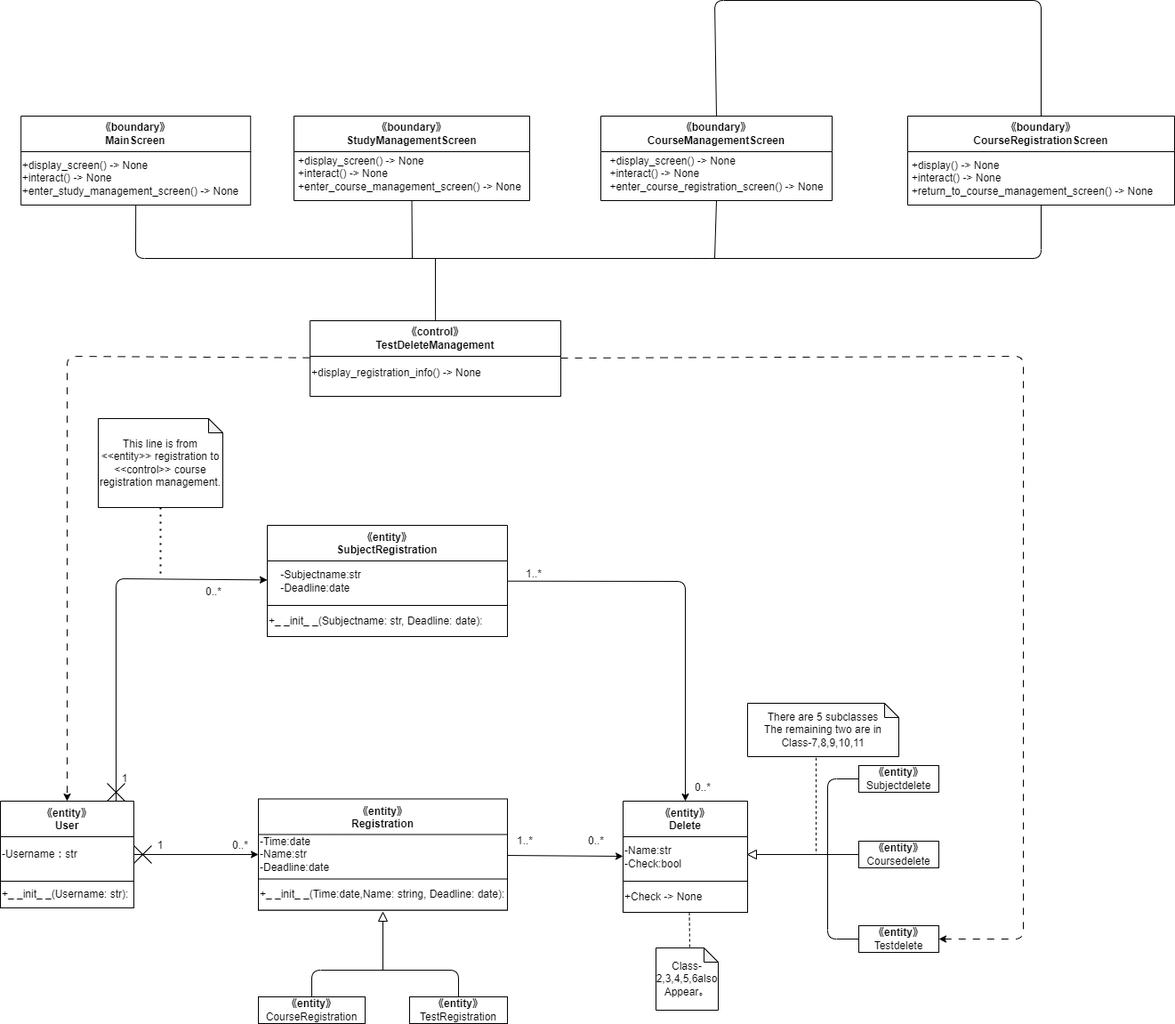
Hu-Hanxu/First-App-Self-Management- keeps this draw.io diagram as Design/設計Class6.drawio.png. Above is the earlier version. Source tidied: cells renumbered, new cells last; positions are measured from the earlier drawing's top-left corner, leaving out a move shared by most shapes. Source of this version:
```xml
<mxGraphModel>
  <root>
    <mxCell id="0" />
    <mxCell id="1" parent="0" />
    <mxCell id="2" value="《entity》&#10;SubjectRegistration" style="swimlane;startSize=40;" parent="1" vertex="1">
      <mxGeometry x="300" y="590" width="270" height="125" as="geometry" />
    </mxCell>
    <mxCell id="3" value="-Subjectname:str&lt;br&gt;&lt;div style=&quot;text-align: left;&quot;&gt;&lt;span style=&quot;background-color: initial;&quot;&gt;-Deadline:date&lt;/span&gt;&lt;/div&gt;" style="text;html=1;align=center;verticalAlign=middle;strokeColor=none;fillColor=none;" parent="2" vertex="1">
      <mxGeometry x="5" y="42.5" width="110" height="40" as="geometry" />
    </mxCell>
    <mxCell id="4" value="+_ _init_ _(Subjectname: str, Deadline: date):" style="rounded=0;whiteSpace=wrap;html=1;align=left;" parent="2" vertex="1">
      <mxGeometry y="90" width="270" height="35" as="geometry" />
    </mxCell>
    <mxCell id="5" value="《entity》&#10;User" style="swimlane;startSize=40;" parent="1" vertex="1">
      <mxGeometry y="900" width="150" height="120" as="geometry" />
    </mxCell>
    <mxCell id="6" value="-Username：str" style="text;html=1;align=left;verticalAlign=middle;strokeColor=none;fillColor=none;" parent="5" vertex="1">
      <mxGeometry y="45" width="110" height="30" as="geometry" />
    </mxCell>
    <mxCell id="7" value="+_ _init_ _(Username: str):" style="rounded=0;whiteSpace=wrap;html=1;align=left;" parent="5" vertex="1">
      <mxGeometry y="90" width="150" height="30" as="geometry" />
    </mxCell>
    <mxCell id="8" value="《entity》&#10;Delete" style="swimlane;startSize=40;" parent="1" vertex="1">
      <mxGeometry x="700" y="900" width="140" height="125" as="geometry" />
    </mxCell>
    <mxCell id="9" value="-Name:str&lt;br&gt;&lt;div style=&quot;&quot;&gt;&lt;span style=&quot;background-color: initial;&quot;&gt;-Check:bool&lt;/span&gt;&lt;/div&gt;" style="text;html=1;align=left;verticalAlign=middle;strokeColor=none;fillColor=none;" parent="8" vertex="1">
      <mxGeometry y="42.5" width="90" height="40" as="geometry" />
    </mxCell>
    <mxCell id="10" value="+Check -&amp;gt; None" style="rounded=0;whiteSpace=wrap;html=1;align=left;" parent="8" vertex="1">
      <mxGeometry y="90" width="140" height="35" as="geometry" />
    </mxCell>
    <mxCell id="11" value="《entity》&#10;Registration" style="swimlane;startSize=40;" parent="1" vertex="1">
      <mxGeometry x="290" y="897.5" width="280" height="125" as="geometry" />
    </mxCell>
    <mxCell id="12" value="&lt;div style=&quot;&quot;&gt;&lt;span style=&quot;background-color: initial;&quot;&gt;-Time:date&lt;/span&gt;&lt;/div&gt;&lt;div style=&quot;&quot;&gt;&lt;span style=&quot;background-color: initial;&quot;&gt;-Name:str&lt;/span&gt;&lt;/div&gt;&lt;div style=&quot;&quot;&gt;&lt;span style=&quot;background-color: initial;&quot;&gt;-Deadline:date&lt;/span&gt;&lt;/div&gt;" style="text;html=1;align=left;verticalAlign=middle;strokeColor=none;fillColor=none;" parent="11" vertex="1">
      <mxGeometry y="32.5" width="100" height="60" as="geometry" />
    </mxCell>
    <mxCell id="13" value="+_ _init_ _(Time:date,Name: string, Deadline: date):" style="rounded=0;whiteSpace=wrap;html=1;align=left;" parent="11" vertex="1">
      <mxGeometry y="90" width="280" height="35" as="geometry" />
    </mxCell>
    <mxCell id="14" value="&lt;span style=&quot;font-weight: 700;&quot;&gt;《entity》&lt;/span&gt;&lt;br&gt;Subjectdelete" style="rounded=0;whiteSpace=wrap;html=1;" parent="1" vertex="1">
      <mxGeometry x="965" y="860" width="90" height="30" as="geometry" />
    </mxCell>
    <mxCell id="15" value="&lt;span style=&quot;font-weight: 700;&quot;&gt;《entity》&lt;/span&gt;&lt;br&gt;Coursedelete" style="rounded=0;whiteSpace=wrap;html=1;" parent="1" vertex="1">
      <mxGeometry x="965" y="945" width="90" height="30" as="geometry" />
    </mxCell>
    <mxCell id="16" value="&lt;span style=&quot;font-weight: 700;&quot;&gt;《entity》&lt;/span&gt;&lt;br&gt;Testdelete" style="rounded=0;whiteSpace=wrap;html=1;" parent="1" vertex="1">
      <mxGeometry x="965" y="1040" width="90" height="30" as="geometry" />
    </mxCell>
    <mxCell id="17" style="endArrow=none;html=1;entryX=0;entryY=0.5;entryDx=0;entryDy=0;exitX=0;exitY=0.5;exitDx=0;exitDy=0;" parent="1" edge="1" source="16" target="14">
      <mxGeometry relative="1" as="geometry">
        <Array as="points">
          <mxPoint x="930" y="1055" />
          <mxPoint x="930" y="875" />
        </Array>
      </mxGeometry>
    </mxCell>
    <mxCell id="18" style="endArrow=none;html=1;entryX=0;entryY=0.5;entryDx=0;entryDy=0;exitX=0;exitY=0.5;exitDx=0;exitDy=0;" parent="1" edge="1" source="19" target="15">
      <mxGeometry relative="1" as="geometry" />
    </mxCell>
    <mxCell id="19" style="triangle;whiteSpace=wrap;html=1;direction=west;" parent="1" vertex="1">
      <mxGeometry x="840" y="955" width="10" height="10" as="geometry" />
    </mxCell>
    <mxCell id="20" style="endArrow=none;dashed=1;html=1;exitX=0.453;exitY=1.022;exitDx=0;exitDy=0;exitPerimeter=0;" parent="1" edge="1" source="21">
      <mxGeometry relative="1" as="geometry">
        <mxPoint x="917" y="960" as="targetPoint" />
      </mxGeometry>
    </mxCell>
    <mxCell id="21" value="&lt;div&gt;There are 5 subclasses&lt;/div&gt;&lt;div&gt;The remaining two are in Class-7,8,9,10,11&lt;/div&gt;" style="shape=note;whiteSpace=wrap;html=1;backgroundOutline=1;darkOpacity=0.05;size=16;" parent="1" vertex="1">
      <mxGeometry x="840" y="790" width="170" height="60" as="geometry" />
    </mxCell>
    <mxCell id="22" value="&lt;span style=&quot;font-weight: 700;&quot;&gt;《entity》&lt;/span&gt;&lt;br&gt;CourseRegistration" style="rounded=0;whiteSpace=wrap;html=1;" parent="1" vertex="1">
      <mxGeometry x="290" y="1120" width="120" height="30" as="geometry" />
    </mxCell>
    <mxCell id="23" value="&lt;span style=&quot;font-weight: 700;&quot;&gt;《entity》&lt;/span&gt;&lt;br&gt;TestRegistration" style="rounded=0;whiteSpace=wrap;html=1;" parent="1" vertex="1">
      <mxGeometry x="460" y="1120" width="110" height="30" as="geometry" />
    </mxCell>
    <mxCell id="24" style="endArrow=none;html=1;exitX=0.5;exitY=0;exitDx=0;exitDy=0;entryX=0.5;entryY=0;entryDx=0;entryDy=0;" parent="1" edge="1" source="22" target="23">
      <mxGeometry relative="1" as="geometry">
        <Array as="points">
          <mxPoint x="350" y="1090" />
          <mxPoint x="515" y="1090" />
        </Array>
      </mxGeometry>
    </mxCell>
    <mxCell id="25" style="endArrow=none;html=1;" parent="1" edge="1" target="26">
      <mxGeometry relative="1" as="geometry">
        <mxPoint x="430" y="1090" as="sourcePoint" />
      </mxGeometry>
    </mxCell>
    <mxCell id="26" style="triangle;whiteSpace=wrap;html=1;direction=north;" parent="1" vertex="1">
      <mxGeometry x="425" y="1025" width="10" height="10" as="geometry" />
    </mxCell>
    <mxCell id="27" style="endArrow=none;dashed=1;html=1;exitX=0.5;exitY=1;exitDx=0;exitDy=0;" parent="1" edge="1">
      <mxGeometry relative="1" as="geometry">
        <mxPoint x="774.5" y="1025" as="sourcePoint" />
        <mxPoint x="775" y="1065" as="targetPoint" />
      </mxGeometry>
    </mxCell>
    <mxCell id="28" value="&lt;div&gt;Class-2,3,4,5,6also&lt;/div&gt;&lt;span style=&quot;background-color: initial;&quot;&gt;Appear&lt;/span&gt;。" style="shape=note;whiteSpace=wrap;html=1;backgroundOutline=1;darkOpacity=0.05;size=16;" parent="1" vertex="1">
      <mxGeometry x="737" y="1065" width="70" height="70" as="geometry" />
    </mxCell>
    <mxCell id="29" value="1" style="text;html=1;strokeColor=none;fillColor=none;align=center;verticalAlign=middle;whiteSpace=wrap;rounded=0;" parent="1" vertex="1">
      <mxGeometry x="150" y="935" width="60" height="30" as="geometry" />
    </mxCell>
    <mxCell id="30" value="0..*" style="text;html=1;strokeColor=none;fillColor=none;align=center;verticalAlign=middle;whiteSpace=wrap;rounded=0;" parent="1" vertex="1">
      <mxGeometry x="240" y="935" width="60" height="30" as="geometry" />
    </mxCell>
    <mxCell id="31" value="1..*" style="text;html=1;strokeColor=none;fillColor=none;align=center;verticalAlign=middle;whiteSpace=wrap;rounded=0;" parent="1" vertex="1">
      <mxGeometry x="560" y="930" width="60" height="30" as="geometry" />
    </mxCell>
    <mxCell id="32" value="0..*" style="text;html=1;strokeColor=none;fillColor=none;align=center;verticalAlign=middle;whiteSpace=wrap;rounded=0;" parent="1" vertex="1">
      <mxGeometry x="640" y="930" width="60" height="30" as="geometry" />
    </mxCell>
    <mxCell id="33" value="1..*" style="text;html=1;strokeColor=none;fillColor=none;align=center;verticalAlign=middle;whiteSpace=wrap;rounded=0;" parent="1" vertex="1">
      <mxGeometry x="570" y="630" width="60" height="30" as="geometry" />
    </mxCell>
    <mxCell id="34" value="0..*" style="text;html=1;strokeColor=none;fillColor=none;align=center;verticalAlign=middle;whiteSpace=wrap;rounded=0;" parent="1" vertex="1">
      <mxGeometry x="760" y="870" width="60" height="30" as="geometry" />
    </mxCell>
    <mxCell id="35" value="&lt;span style=&quot;&quot;&gt;《control》&lt;br&gt;TestDeleteManagement&lt;br&gt;&lt;/span&gt;" style="swimlane;whiteSpace=wrap;html=1;startSize=40;" parent="1" vertex="1">
      <mxGeometry x="348.1" y="360" width="281.9" height="85" as="geometry" />
    </mxCell>
    <mxCell id="36" value="+display_registration_info() -&amp;gt; None" style="text;whiteSpace=wrap;html=1;" parent="35" vertex="1">
      <mxGeometry y="45" width="290" height="40" as="geometry" />
    </mxCell>
    <mxCell id="37" style="endArrow=none;dashed=1;html=1;dashPattern=1 3;strokeWidth=2;exitX=0.5;exitY=1;exitDx=0;exitDy=0;exitPerimeter=0;" parent="1" edge="1" source="38">
      <mxGeometry relative="1" as="geometry">
        <mxPoint x="180" y="650" as="targetPoint" />
      </mxGeometry>
    </mxCell>
    <mxCell id="38" value="This line is from &amp;lt;&amp;lt;entity&amp;gt;&amp;gt; registration to &amp;lt;&amp;lt;control&amp;gt;&amp;gt; course registration management." style="shape=note;whiteSpace=wrap;html=1;backgroundOutline=1;darkOpacity=0.05;size=16;" parent="1" vertex="1">
      <mxGeometry x="110" y="470" width="140" height="100" as="geometry" />
    </mxCell>
    <mxCell id="39" value="《boundary》&lt;br&gt;MainScreen" style="swimlane;whiteSpace=wrap;html=1;startSize=40;" parent="1" vertex="1">
      <mxGeometry x="23.1" y="130" width="258.1" height="100" as="geometry" />
    </mxCell>
    <mxCell id="40" value="&lt;div style=&quot;text-align: left;&quot;&gt;+display_screen() -&amp;gt; None&amp;nbsp;&lt;/div&gt;&lt;div style=&quot;text-align: left;&quot;&gt;+interact() -&amp;gt; None&lt;/div&gt;&lt;div style=&quot;text-align: left;&quot;&gt;+enter_study_management_screen() -&amp;gt; None&lt;br&gt;&lt;/div&gt;" style="text;html=1;align=center;verticalAlign=middle;strokeColor=none;fillColor=none;" parent="39" vertex="1">
      <mxGeometry x="-11.9" y="40" width="270" height="60" as="geometry" />
    </mxCell>
    <mxCell id="41" value="《boundary》&lt;br&gt;StudyManagementScreen" style="swimlane;whiteSpace=wrap;html=1;startSize=40;" parent="1" vertex="1">
      <mxGeometry x="330" y="130" width="265" height="95" as="geometry" />
    </mxCell>
    <mxCell id="42" value="&lt;div style=&quot;text-align: left;&quot;&gt;+display_screen() -&amp;gt; None&amp;nbsp;&lt;/div&gt;&lt;div style=&quot;text-align: left;&quot;&gt;+interact() -&amp;gt; None&lt;/div&gt;&lt;div style=&quot;text-align: left;&quot;&gt;+enter_course_management_screen() -&amp;gt; None&lt;br&gt;&lt;/div&gt;" style="text;html=1;align=center;verticalAlign=middle;strokeColor=none;fillColor=none;" parent="41" vertex="1">
      <mxGeometry x="-5" y="35" width="270" height="60" as="geometry" />
    </mxCell>
    <mxCell id="43" value="《boundary》&lt;br&gt;CourseManagementScreen" style="swimlane;whiteSpace=wrap;html=1;startSize=40;" parent="1" vertex="1">
      <mxGeometry x="675" y="130" width="260" height="95" as="geometry" />
    </mxCell>
    <mxCell id="44" value="&lt;div style=&quot;text-align: left;&quot;&gt;+display_screen() -&amp;gt; None&amp;nbsp;&lt;/div&gt;&lt;div style=&quot;text-align: left;&quot;&gt;+interact() -&amp;gt; None&lt;/div&gt;&lt;div style=&quot;text-align: left;&quot;&gt;+enter_course_registration_screen() -&amp;gt; None&lt;br&gt;&lt;/div&gt;" style="text;html=1;align=center;verticalAlign=middle;strokeColor=none;fillColor=none;" parent="43" vertex="1">
      <mxGeometry y="35" width="260" height="60" as="geometry" />
    </mxCell>
    <mxCell id="45" value="《boundary》&lt;br&gt;CourseRegistrationScreen" style="swimlane;whiteSpace=wrap;html=1;startSize=40;" parent="1" vertex="1">
      <mxGeometry x="1020" y="130" width="300" height="100" as="geometry" />
    </mxCell>
    <mxCell id="46" value="&lt;div style=&quot;text-align: left;&quot;&gt;&lt;span style=&quot;background-color: initial;&quot;&gt;+display() -&amp;gt; None&lt;/span&gt;&lt;/div&gt;&lt;div style=&quot;text-align: left;&quot;&gt;&lt;span style=&quot;background-color: initial;&quot;&gt;+interact() -&amp;gt; None&lt;/span&gt;&lt;/div&gt;&lt;div style=&quot;text-align: left;&quot;&gt;&lt;span style=&quot;background-color: initial;&quot;&gt;+return_to_course_management_screen() -&amp;gt; None&lt;/span&gt;&lt;/div&gt;" style="text;html=1;align=center;verticalAlign=middle;strokeColor=none;fillColor=none;" parent="45" vertex="1">
      <mxGeometry x="-10" y="40" width="300" height="60" as="geometry" />
    </mxCell>
    <mxCell id="47" style="endArrow=none;html=1;exitX=0.5;exitY=1;exitDx=0;exitDy=0;entryX=0.5;entryY=1;entryDx=0;entryDy=0;" parent="1" edge="1" source="39" target="45">
      <mxGeometry relative="1" as="geometry">
        <Array as="points">
          <mxPoint x="152" y="290" />
          <mxPoint x="788.4" y="290" />
          <mxPoint x="1170" y="290" />
        </Array>
      </mxGeometry>
    </mxCell>
    <mxCell id="48" style="endArrow=none;html=1;entryX=0.5;entryY=1;entryDx=0;entryDy=0;" parent="1" edge="1" target="43">
      <mxGeometry relative="1" as="geometry">
        <mxPoint x="803" y="290" as="sourcePoint" />
      </mxGeometry>
    </mxCell>
    <mxCell id="49" style="endArrow=none;html=1;entryX=0.5;entryY=1;entryDx=0;entryDy=0;" parent="1" edge="1" target="41">
      <mxGeometry relative="1" as="geometry">
        <mxPoint x="463" y="290" as="sourcePoint" />
      </mxGeometry>
    </mxCell>
    <mxCell id="50" style="endArrow=none;html=1;entryX=0.5;entryY=0;entryDx=0;entryDy=0;exitX=0.5;exitY=0;exitDx=0;exitDy=0;" parent="1" edge="1" source="43" target="45">
      <mxGeometry relative="1" as="geometry">
        <Array as="points">
          <mxPoint x="803" />
          <mxPoint x="1170" />
        </Array>
      </mxGeometry>
    </mxCell>
    <mxCell id="51" style="endArrow=none;html=1;exitX=0.5;exitY=0;exitDx=0;exitDy=0;" parent="1" edge="1" source="35">
      <mxGeometry relative="1" as="geometry">
        <mxPoint x="489" y="290" as="targetPoint" />
      </mxGeometry>
    </mxCell>
    <mxCell id="52" style="group;" parent="1" vertex="1">
      <mxGeometry x="150" y="950" width="20" height="20" as="geometry" />
    </mxCell>
    <mxCell id="53" style="endArrow=none;html=1;" parent="52" edge="1">
      <mxGeometry relative="1" as="geometry">
        <mxPoint as="sourcePoint" />
        <mxPoint x="20" y="20" as="targetPoint" />
      </mxGeometry>
    </mxCell>
    <mxCell id="54" style="endArrow=none;html=1;" parent="52" edge="1">
      <mxGeometry relative="1" as="geometry">
        <mxPoint y="20" as="sourcePoint" />
        <mxPoint x="20" as="targetPoint" />
      </mxGeometry>
    </mxCell>
    <mxCell id="55" style="endArrow=classic;html=1;" parent="1" edge="1" source="5" target="11">
      <mxGeometry relative="1" as="geometry" />
    </mxCell>
    <mxCell id="56" style="endArrow=classic;html=1;exitX=0.867;exitY=0;exitDx=0;exitDy=0;exitPerimeter=0;" parent="1" edge="1" source="5" target="2">
      <mxGeometry relative="1" as="geometry">
        <Array as="points">
          <mxPoint x="130" y="650" />
        </Array>
      </mxGeometry>
    </mxCell>
    <mxCell id="57" value="1" style="text;html=1;strokeColor=none;fillColor=none;align=center;verticalAlign=middle;whiteSpace=wrap;rounded=0;" parent="1" vertex="1">
      <mxGeometry x="110" y="860" width="60" height="30" as="geometry" />
    </mxCell>
    <mxCell id="58" value="0..*" style="text;html=1;strokeColor=none;fillColor=none;align=center;verticalAlign=middle;whiteSpace=wrap;rounded=0;" parent="1" vertex="1">
      <mxGeometry x="210" y="650" width="60" height="30" as="geometry" />
    </mxCell>
    <mxCell id="59" style="endArrow=classic;html=1;" parent="1" edge="1" source="11" target="8">
      <mxGeometry relative="1" as="geometry" />
    </mxCell>
    <mxCell id="60" style="endArrow=classic;html=1;" parent="1" edge="1" source="2" target="8">
      <mxGeometry relative="1" as="geometry">
        <Array as="points">
          <mxPoint x="770" y="653" />
        </Array>
      </mxGeometry>
    </mxCell>
    <mxCell id="61" style="endArrow=classic;html=1;dashed=1;dashPattern=8 8;" parent="1" edge="1" source="35" target="5">
      <mxGeometry relative="1" as="geometry">
        <Array as="points">
          <mxPoint x="75" y="400" />
        </Array>
      </mxGeometry>
    </mxCell>
    <mxCell id="62" style="group;" parent="1" vertex="1">
      <mxGeometry x="120" y="880" width="20" height="20" as="geometry" />
    </mxCell>
    <mxCell id="63" style="endArrow=none;html=1;" parent="62" edge="1">
      <mxGeometry relative="1" as="geometry">
        <mxPoint as="sourcePoint" />
        <mxPoint x="20" y="20" as="targetPoint" />
      </mxGeometry>
    </mxCell>
    <mxCell id="64" style="endArrow=none;html=1;" parent="62" edge="1">
      <mxGeometry relative="1" as="geometry">
        <mxPoint y="20" as="sourcePoint" />
        <mxPoint x="20" as="targetPoint" />
      </mxGeometry>
    </mxCell>
    <mxCell id="65" style="endArrow=classic;html=1;dashed=1;dashPattern=8 8;" parent="1" edge="1" source="35" target="16">
      <mxGeometry relative="1" as="geometry">
        <Array as="points">
          <mxPoint x="1150" y="400" />
          <mxPoint x="1150" y="1055" />
        </Array>
      </mxGeometry>
    </mxCell>
  </root>
</mxGraphModel>
```
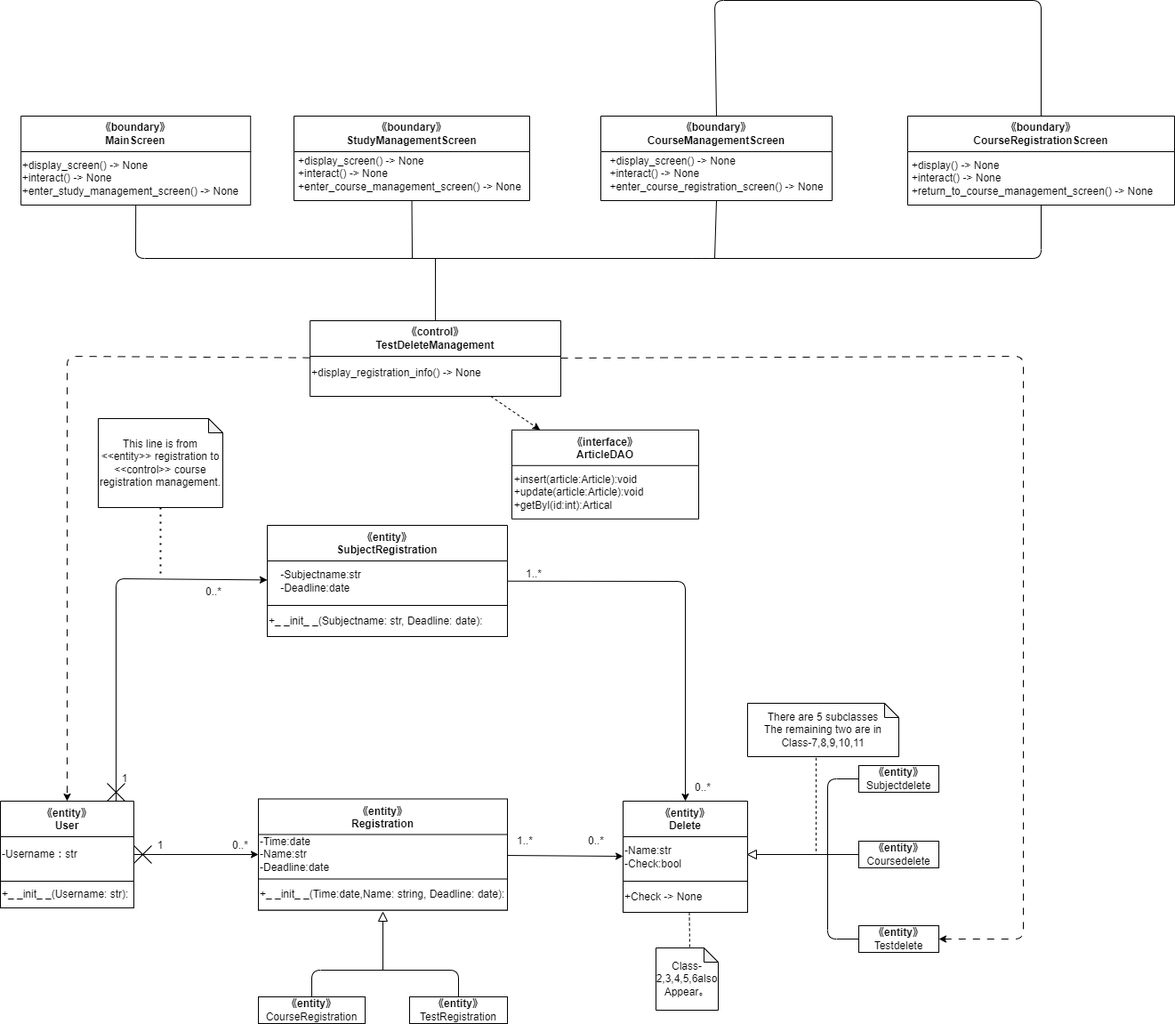
The same diagram one commit later.

The edit, as a diff of the source:
```diff
@@ -259,5 +259,14 @@
         </Array>
       </mxGeometry>
     </mxCell>
+    <mxCell id="66" style="edgeStyle=none;html=1;dashed=1;" parent="1" edge="1" source="35" target="67">
+      <mxGeometry relative="1" as="geometry" />
+    </mxCell>
+    <mxCell id="67" value="《interface》&#10;ArticleDAO" style="swimlane;startSize=40;" parent="1" vertex="1">
+      <mxGeometry x="575" y="482.8" width="210" height="100" as="geometry" />
+    </mxCell>
+    <mxCell id="68" value="&lt;div style=&quot;text-align: left;&quot;&gt;&lt;span style=&quot;background-color: initial;&quot;&gt;+insert(article:Article):void&lt;/span&gt;&lt;/div&gt;&lt;div style=&quot;text-align: left;&quot;&gt;&lt;span style=&quot;background-color: initial;&quot;&gt;+update(article:Article):void&lt;/span&gt;&lt;/div&gt;&lt;div style=&quot;text-align: left;&quot;&gt;&lt;span style=&quot;background-color: initial;&quot;&gt;+getByl(id:int):Artical&lt;/span&gt;&lt;/div&gt;" style="text;html=1;align=center;verticalAlign=middle;strokeColor=none;fillColor=none;" parent="67" vertex="1">
+      <mxGeometry x="-10" y="40" width="170" height="60" as="geometry" />
+    </mxCell>
   </root>
 </mxGraphModel>
```
